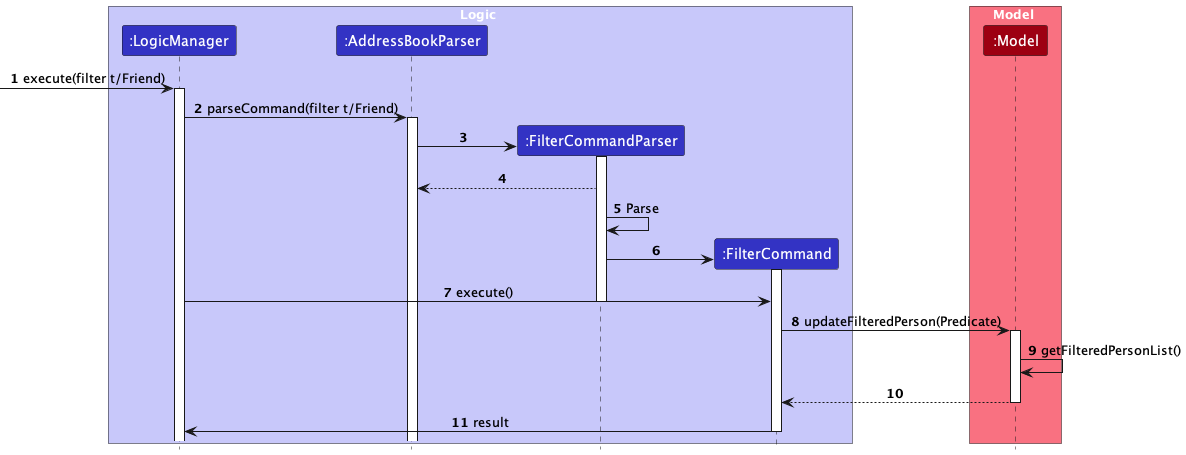
Earlier version of the PlantUML export diagrams/FilterTagSequenceDiagram.png (AY2324S1-CS2103-W14-1/tp).
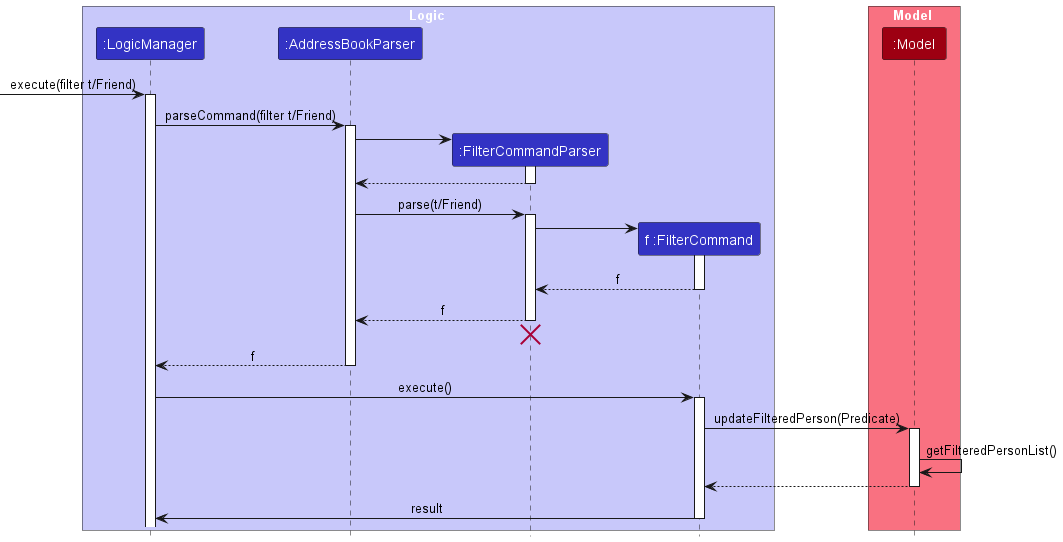
The same diagram one commit later.

What changed in the source:
```diff
@@ -6,14 +6,13 @@
 participant ":LogicManager" as LogicManager LOGIC_COLOR
 participant ":AddressBookParser" as AddressBookParser LOGIC_COLOR
 participant ":FilterCommandParser" as FilterCommandParser LOGIC_COLOR
-participant ":FilterCommand" as FilterCommand LOGIC_COLOR
+participant "f :FilterCommand" as FilterCommand LOGIC_COLOR
 end box
 
 box Model MODEL_COLOR_T1
 participant ":Model" as Model MODEL_COLOR
 end box
 
-autonumber
 [->LogicManager : execute(filter t/Friend)
 activate LogicManager
 
@@ -25,13 +24,28 @@
 activate FilterCommandParser
 
 FilterCommandParser --> AddressBookParser
-FilterCommandParser -> FilterCommandParser : Parse
+deactivate FilterCommandParser
+
+AddressBookParser -> FilterCommandParser : parse(t/Friend)
+activate FilterCommandParser
 
 create FilterCommand
 FilterCommandParser -> FilterCommand
 activate FilterCommand
+
+FilterCommand --> FilterCommandParser: f
+deactivate FilterCommand
+
+FilterCommandParser --> AddressBookParser: f
+deactivate FilterCommandParser
+FilterCommandParser -[hidden]-> AddressBookParser
+destroy FilterCommandParser
+
+AddressBookParser --> LogicManager: f
+deactivate AddressBookParser
+
 LogicManager -> FilterCommand : execute()
-deactivate FilterCommandParser
+activate FilterCommand
 
 FilterCommand -> Model : updateFilteredPerson(Predicate)
 activate Model
@@ -40,6 +54,4 @@
 deactivate Model
 LogicManager <- FilterCommand: result
 deactivate FilterCommand
-
-
 @enduml
```
